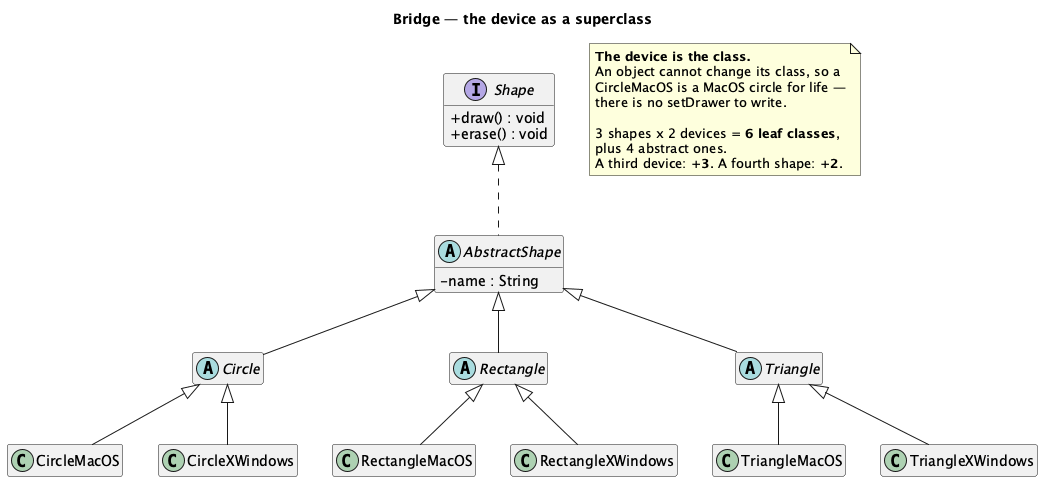
The PlantUML diagram src/main/java/dev/kaldiroglu/dp/structural/bridge/shape/problem/uml/Bridge - Shape (Problem) - Class Diagram.png in kaldiroglu/DesignPatternsWithJava, before a commit.
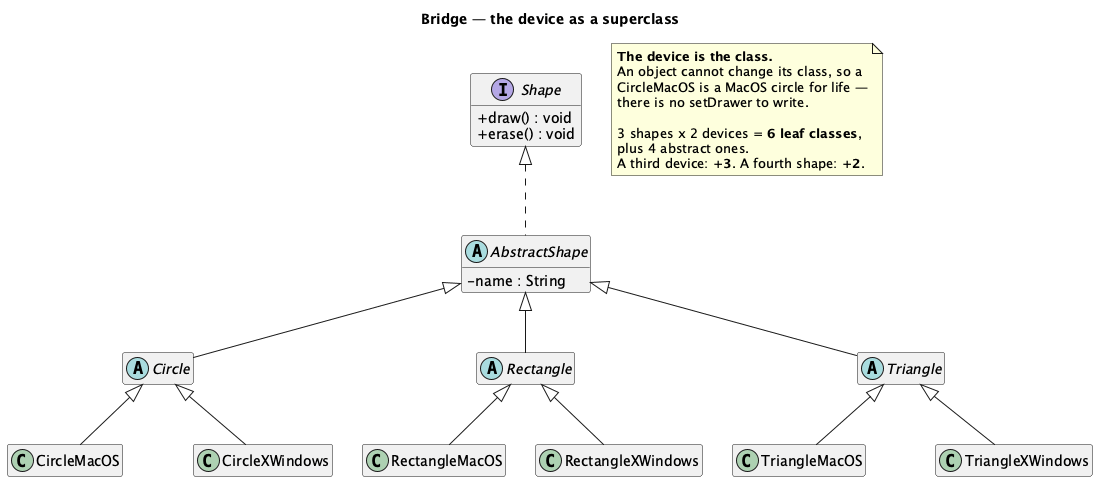
Above is the later version.

Change to the diagram source:
```diff
@@ -1,4 +1,13 @@
-@startuml "Bridge - Shape (Problem) - Class Diagram"
+@startuml
+skinparam class {
+  BackgroundColor<<spacer>> transparent
+  BorderColor<<spacer>> transparent
+  FontColor<<spacer>> transparent
+}
+hide <<spacer>> stereotype
+hide <<spacer>> circle
+skinparam linetype polyline
+skinparam nodesep 30
 skinparam classAttributeIconSize 0
 hide empty members
 title Bridge — the device as a superclass
@@ -46,4 +55,14 @@
   A third device: <b>+3</b>. A fourth shape: <b>+2</b>.
 end note
 
+class " " as Spacer51 <<spacer>>
+Circle -[hidden]- Spacer51
+Circle -[hidden]- Spacer51
+CircleMacOS -[hidden]right- Spacer51
+Spacer51 -[hidden]right- CircleXWindows
+class " " as Spacer52 <<spacer>>
+Triangle -[hidden]- Spacer52
+Triangle -[hidden]- Spacer52
+TriangleMacOS -[hidden]right- Spacer52
+Spacer52 -[hidden]right- TriangleXWindows
 @enduml
```
